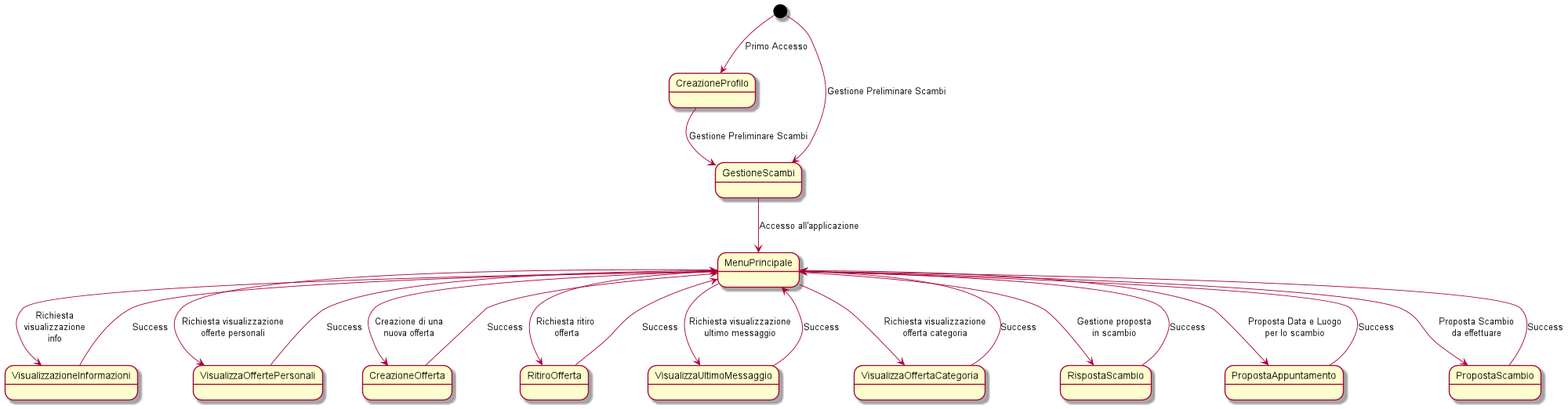
This is images/imagesV5/State Diagram Fruitore - Versione 5.0.png from eletoo/inge_del_software, a PlantUML export, as it was before one commit. Source of this version:
```plantuml
@startuml
scale 2000 width
[*] --> CreazioneProfilo : Primo Accesso
[*] --> GestioneScambi: Gestione Preliminare Scambi
CreazioneProfilo --> GestioneScambi: Gestione Preliminare Scambi
GestioneScambi --> MenuPrincipale: Accesso all'applicazione
MenuPrincipale --> VisualizzazioneInformazioni: Richiesta\nvisualizzazione\ninfo
VisualizzazioneInformazioni --> MenuPrincipale: Success
VisualizzaOffertePersonali --> MenuPrincipale: Success
MenuPrincipale --> VisualizzaOffertePersonali: Richiesta visualizzazione\nofferte personali
CreazioneOfferta --> MenuPrincipale: Success
MenuPrincipale --> CreazioneOfferta: Creazione di una\nnuova offerta
RitiroOfferta --> MenuPrincipale: Success
MenuPrincipale --> RitiroOfferta: Richiesta ritiro\n offerta
VisualizzaUltimoMessaggio --> MenuPrincipale: Success
MenuPrincipale --> VisualizzaUltimoMessaggio: Richiesta visualizzazione\nultimo messaggio
VisualizzaOffertaCategoria --> MenuPrincipale: Success
MenuPrincipale --> VisualizzaOffertaCategoria: Richiesta visualizzazione\nofferta categoria
RispostaScambio --> MenuPrincipale: Success
MenuPrincipale --> RispostaScambio: Gestione proposta\nin scambio
PropostaAppuntamento --> MenuPrincipale: Success
MenuPrincipale --> PropostaAppuntamento: Proposta Data e Luogo\nper lo scambio
PropostaScambio --> MenuPrincipale: Success
MenuPrincipale --> PropostaScambio: Proposta Scambio\nda effettuare

@enduml
```
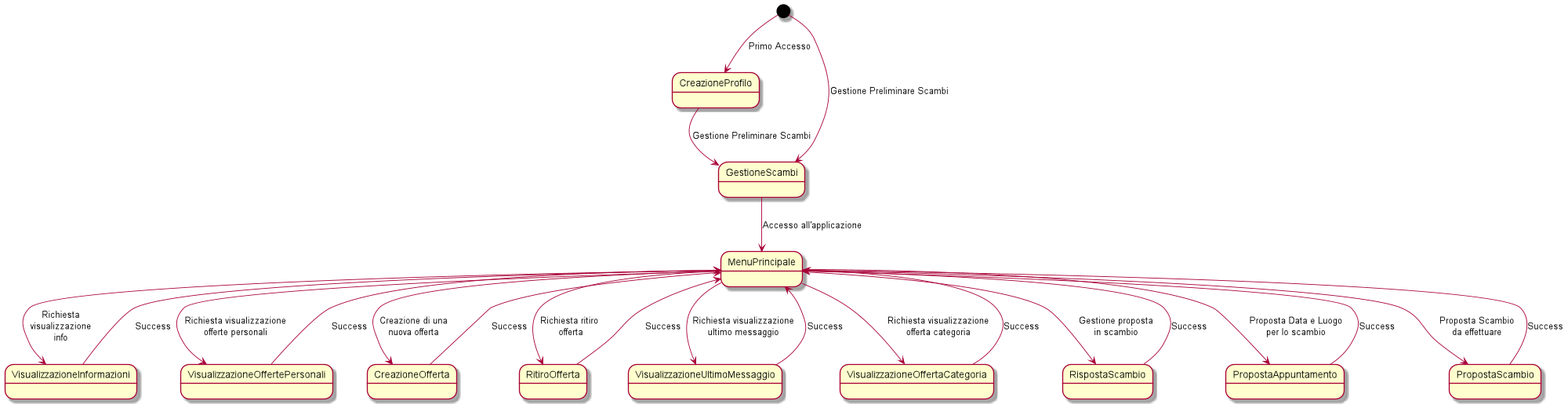
The same diagram one commit later.

The edit, as a diff of the source:
```diff
@@ -6,16 +6,16 @@
 GestioneScambi --> MenuPrincipale: Accesso all'applicazione
 MenuPrincipale --> VisualizzazioneInformazioni: Richiesta\nvisualizzazione\ninfo
 VisualizzazioneInformazioni --> MenuPrincipale: Success
-VisualizzaOffertePersonali --> MenuPrincipale: Success
-MenuPrincipale --> VisualizzaOffertePersonali: Richiesta visualizzazione\nofferte personali
+VisualizzazioneOffertePersonali --> MenuPrincipale: Success
+MenuPrincipale --> VisualizzazioneOffertePersonali: Richiesta visualizzazione\nofferte personali
 CreazioneOfferta --> MenuPrincipale: Success
 MenuPrincipale --> CreazioneOfferta: Creazione di una\nnuova offerta
 RitiroOfferta --> MenuPrincipale: Success
 MenuPrincipale --> RitiroOfferta: Richiesta ritiro\n offerta
-VisualizzaUltimoMessaggio --> MenuPrincipale: Success
-MenuPrincipale --> VisualizzaUltimoMessaggio: Richiesta visualizzazione\nultimo messaggio
-VisualizzaOffertaCategoria --> MenuPrincipale: Success
-MenuPrincipale --> VisualizzaOffertaCategoria: Richiesta visualizzazione\nofferta categoria
+VisualizzazioneUltimoMessaggio --> MenuPrincipale: Success
+MenuPrincipale --> VisualizzazioneUltimoMessaggio: Richiesta visualizzazione\nultimo messaggio
+VisualizzazioneOffertaCategoria --> MenuPrincipale: Success
+MenuPrincipale --> VisualizzazioneOffertaCategoria: Richiesta visualizzazione\nofferta categoria
 RispostaScambio --> MenuPrincipale: Success
 MenuPrincipale --> RispostaScambio: Gestione proposta\nin scambio
 PropostaAppuntamento --> MenuPrincipale: Success
```
